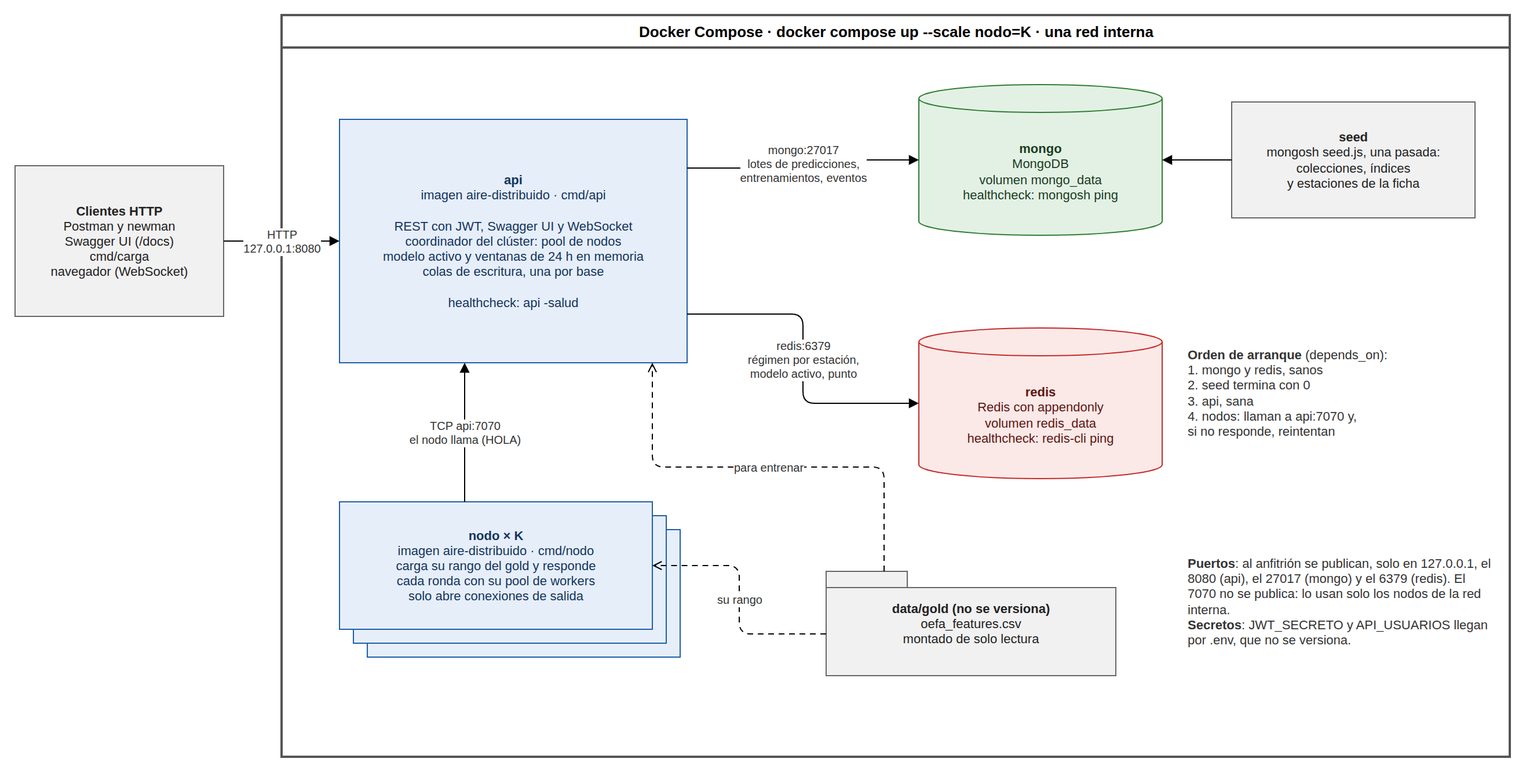
This is docs/diagramas/despliegue.png from R0SEWT/aire-distribuido, a draw.io export, as it was before one commit. Source tidied: cells renumbered, new cells last; positions are measured from the earlier drawing's top-left corner, leaving out a move shared by most shapes.
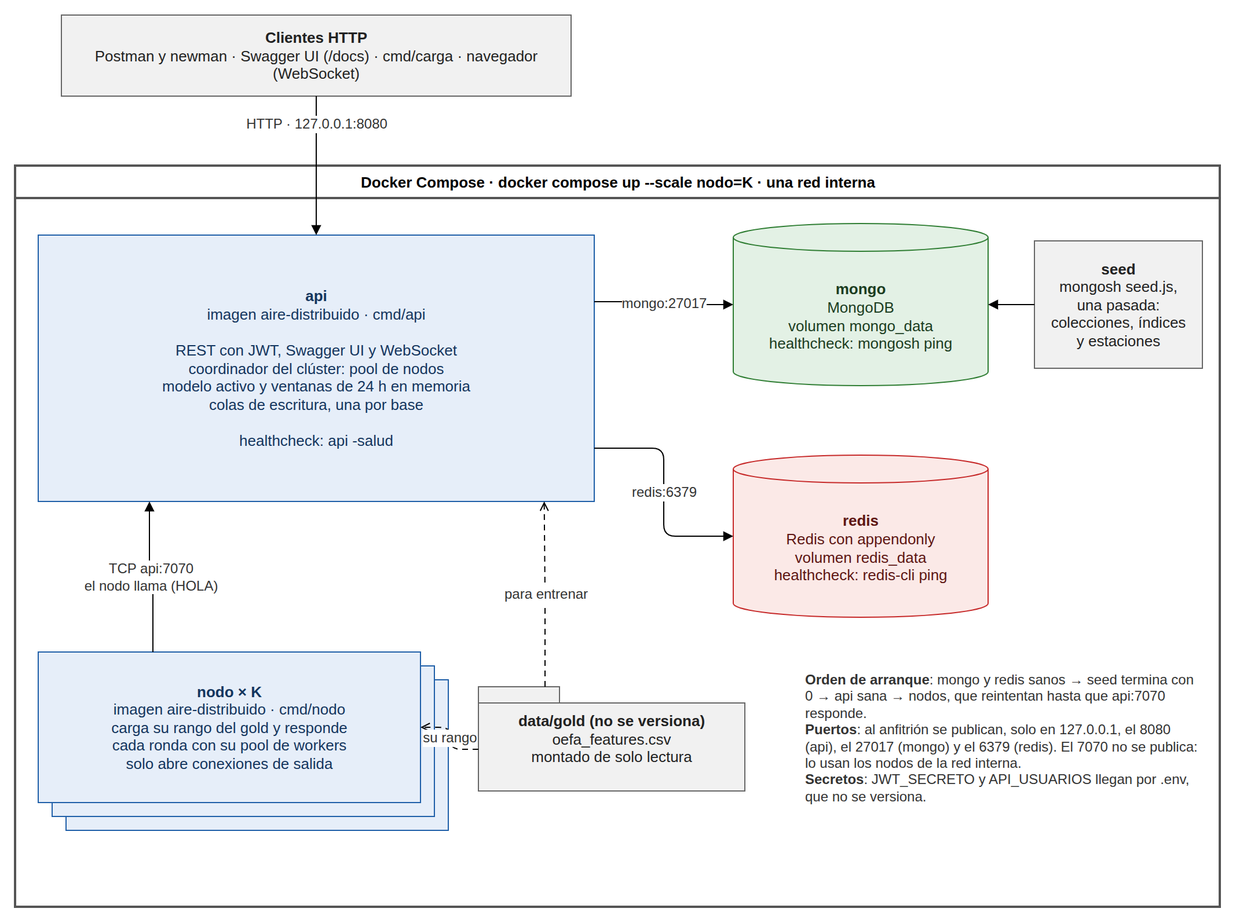
The same diagram one commit later.

Change to the diagram source:
```diff
@@ -3,61 +3,58 @@
     <mxCell id="0" />
     <mxCell id="1" parent="0" />
     <mxCell id="2" value="Docker Compose · docker compose up --scale nodo=K · una red interna" style="swimlane;html=1;startSize=28;fontStyle=1;fontSize=13;fillColor=#ffffff;strokeColor=#555555;strokeWidth=2;swimlaneFillColor=#ffffff;" parent="1" vertex="1">
-      <mxGeometry x="230" width="1060" height="640" as="geometry" />
+      <mxGeometry y="130" width="1040" height="640" as="geometry" />
     </mxCell>
-    <mxCell id="3" value="&lt;b&gt;Clientes HTTP&lt;/b&gt;&lt;br&gt;Postman y newman&lt;br&gt;Swagger UI (/docs)&lt;br&gt;cmd/carga&lt;br&gt;navegador (WebSocket)" style="rounded=0;whiteSpace=wrap;html=1;fillColor=#f1f1f1;strokeColor=#666666;fontColor=#222222;fontSize=11;" parent="1" vertex="1">
-      <mxGeometry y="130" width="180" height="130" as="geometry" />
+    <mxCell id="3" value="&lt;b&gt;Clientes HTTP&lt;/b&gt;&lt;br&gt;Postman y newman · Swagger UI (/docs) · cmd/carga · navegador (WebSocket)" style="rounded=0;whiteSpace=wrap;html=1;fillColor=#f1f1f1;strokeColor=#666666;fontColor=#222222;fontSize=13;" parent="1" vertex="1">
+      <mxGeometry x="40" width="440" height="70" as="geometry" />
     </mxCell>
-    <mxCell id="4" value="&lt;b&gt;api&lt;/b&gt;&lt;br&gt;imagen aire-distribuido · cmd/api&lt;br&gt;&lt;br&gt;REST con JWT, Swagger UI y WebSocket&lt;br&gt;coordinador del clúster: pool de nodos&lt;br&gt;modelo activo y ventanas de 24 h en memoria&lt;br&gt;colas de escritura, una por base&lt;br&gt;&lt;br&gt;healthcheck: api -salud" style="rounded=0;whiteSpace=wrap;html=1;fillColor=#e6eef9;strokeColor=#1f5fa8;fontColor=#13355e;fontSize=11;" parent="1" vertex="1">
-      <mxGeometry x="280" y="90" width="300" height="210" as="geometry" />
+    <mxCell id="4" value="&lt;b&gt;api&lt;/b&gt;&lt;br&gt;imagen aire-distribuido · cmd/api&lt;br&gt;&lt;br&gt;REST con JWT, Swagger UI y WebSocket&lt;br&gt;coordinador del clúster: pool de nodos&lt;br&gt;modelo activo y ventanas de 24 h en memoria&lt;br&gt;colas de escritura, una por base&lt;br&gt;&lt;br&gt;healthcheck: api -salud" style="rounded=0;whiteSpace=wrap;html=1;fillColor=#e6eef9;strokeColor=#1f5fa8;fontColor=#13355e;fontSize=13;" parent="1" vertex="1">
+      <mxGeometry x="20" y="190" width="480" height="230" as="geometry" />
     </mxCell>
-    <mxCell id="5" value="&lt;b&gt;&lt;/b&gt;&lt;br&gt;" style="rounded=0;whiteSpace=wrap;html=1;fillColor=#e6eef9;strokeColor=#1f5fa8;fontColor=#13355e;fontSize=11;" parent="1" vertex="1">
-      <mxGeometry x="304" y="444" width="270" height="110" as="geometry" />
+    <mxCell id="5" style="rounded=0;whiteSpace=wrap;html=1;fillColor=#e6eef9;strokeColor=#1f5fa8;fontColor=#13355e;fontSize=13;" parent="1" vertex="1">
+      <mxGeometry x="44" y="574" width="330" height="130" as="geometry" />
     </mxCell>
-    <mxCell id="6" value="&lt;b&gt;&lt;/b&gt;&lt;br&gt;" style="rounded=0;whiteSpace=wrap;html=1;fillColor=#e6eef9;strokeColor=#1f5fa8;fontColor=#13355e;fontSize=11;" parent="1" vertex="1">
-      <mxGeometry x="292" y="432" width="270" height="110" as="geometry" />
+    <mxCell id="6" style="rounded=0;whiteSpace=wrap;html=1;fillColor=#e6eef9;strokeColor=#1f5fa8;fontColor=#13355e;fontSize=13;" parent="1" vertex="1">
+      <mxGeometry x="32" y="562" width="330" height="130" as="geometry" />
     </mxCell>
-    <mxCell id="7" value="&lt;b&gt;nodo × K&lt;/b&gt;&lt;br&gt;imagen aire-distribuido · cmd/nodo&lt;br&gt;carga su rango del gold y responde&lt;br&gt;cada ronda con su pool de workers&lt;br&gt;solo abre conexiones de salida" style="rounded=0;whiteSpace=wrap;html=1;fillColor=#e6eef9;strokeColor=#1f5fa8;fontColor=#13355e;fontSize=11;" parent="1" vertex="1">
-      <mxGeometry x="280" y="420" width="270" height="110" as="geometry" />
+    <mxCell id="7" value="&lt;b&gt;nodo × K&lt;/b&gt;&lt;br&gt;imagen aire-distribuido · cmd/nodo&lt;br&gt;carga su rango del gold y responde&lt;br&gt;cada ronda con su pool de workers&lt;br&gt;solo abre conexiones de salida" style="rounded=0;whiteSpace=wrap;html=1;fillColor=#e6eef9;strokeColor=#1f5fa8;fontColor=#13355e;fontSize=13;" parent="1" vertex="1">
+      <mxGeometry x="20" y="550" width="330" height="130" as="geometry" />
     </mxCell>
-    <mxCell id="8" value="&lt;b&gt;mongo&lt;/b&gt;&lt;br&gt;MongoDB&lt;br&gt;volumen mongo_data&lt;br&gt;healthcheck: mongosh ping" style="shape=cylinder3;boundedLbl=1;backgroundOutline=1;size=12;whiteSpace=wrap;html=1;fillColor=#e3f1e5;strokeColor=#2e7d32;fontColor=#1b3d1f;fontSize=11;" parent="1" vertex="1">
-      <mxGeometry x="780" y="60" width="210" height="130" as="geometry" />
+    <mxCell id="8" value="&lt;b&gt;mongo&lt;/b&gt;&lt;br&gt;MongoDB&lt;br&gt;volumen mongo_data&lt;br&gt;healthcheck: mongosh ping" style="shape=cylinder3;boundedLbl=1;backgroundOutline=1;size=12;whiteSpace=wrap;html=1;fillColor=#e3f1e5;strokeColor=#2e7d32;fontColor=#1b3d1f;fontSize=13;" parent="1" vertex="1">
+      <mxGeometry x="620" y="180" width="220" height="140" as="geometry" />
     </mxCell>
-    <mxCell id="9" value="&lt;b&gt;seed&lt;/b&gt;&lt;br&gt;mongosh seed.js, una pasada:&lt;br&gt;colecciones, índices&lt;br&gt;y estaciones de la ficha" style="rounded=0;whiteSpace=wrap;html=1;fillColor=#f1f1f1;strokeColor=#666666;fontColor=#222222;fontSize=11;" parent="1" vertex="1">
-      <mxGeometry x="1050" y="75" width="210" height="100" as="geometry" />
+    <mxCell id="9" value="&lt;b&gt;seed&lt;/b&gt;&lt;br&gt;mongosh seed.js,&lt;br&gt;una pasada:&lt;br&gt;colecciones, índices&lt;br&gt;y estaciones" style="rounded=0;whiteSpace=wrap;html=1;fillColor=#f1f1f1;strokeColor=#666666;fontColor=#222222;fontSize=13;" parent="1" vertex="1">
+      <mxGeometry x="880" y="195" width="145" height="110" as="geometry" />
     </mxCell>
-    <mxCell id="10" value="&lt;b&gt;redis&lt;/b&gt;&lt;br&gt;Redis con appendonly&lt;br&gt;volumen redis_data&lt;br&gt;healthcheck: redis-cli ping" style="shape=cylinder3;boundedLbl=1;backgroundOutline=1;size=12;whiteSpace=wrap;html=1;fillColor=#fbe9e7;strokeColor=#c62828;fontColor=#5e1512;fontSize=11;" parent="1" vertex="1">
-      <mxGeometry x="780" y="270" width="210" height="130" as="geometry" />
+    <mxCell id="10" value="&lt;b&gt;redis&lt;/b&gt;&lt;br&gt;Redis con appendonly&lt;br&gt;volumen redis_data&lt;br&gt;healthcheck: redis-cli ping" style="shape=cylinder3;boundedLbl=1;backgroundOutline=1;size=12;whiteSpace=wrap;html=1;fillColor=#fbe9e7;strokeColor=#c62828;fontColor=#5e1512;fontSize=13;" parent="1" vertex="1">
+      <mxGeometry x="620" y="380" width="220" height="140" as="geometry" />
     </mxCell>
-    <mxCell id="11" value="&lt;b&gt;data/gold (no se versiona)&lt;/b&gt;&lt;br&gt;oefa_features.csv&lt;br&gt;montado de solo lectura" style="shape=folder;tabWidth=70;tabHeight=14;tabPosition=left;whiteSpace=wrap;html=1;fillColor=#f1f1f1;strokeColor=#666666;fontColor=#222222;fontSize=11;" parent="1" vertex="1">
-      <mxGeometry x="700" y="480" width="250" height="90" as="geometry" />
+    <mxCell id="11" value="&lt;b&gt;data/gold (no se versiona)&lt;/b&gt;&lt;br&gt;oefa_features.csv&lt;br&gt;montado de solo lectura" style="shape=folder;tabWidth=70;tabHeight=14;tabPosition=left;whiteSpace=wrap;html=1;fillColor=#f1f1f1;strokeColor=#666666;fontColor=#222222;fontSize=13;" parent="1" vertex="1">
+      <mxGeometry x="400" y="580" width="230" height="90" as="geometry" />
     </mxCell>
-    <mxCell id="12" value="HTTP&lt;br&gt;127.0.0.1:8080" style="edgeStyle=orthogonalEdgeStyle;rounded=1;html=1;endArrow=block;fontSize=10;fontColor=#333333;labelBackgroundColor=#ffffff;exitX=1;exitY=0.5;entryX=0;entryY=0.5;" parent="1" edge="1" source="3" target="4">
-      <mxGeometry relative="1" as="geometry" />
+    <mxCell id="12" value="HTTP · 127.0.0.1:8080" style="edgeStyle=orthogonalEdgeStyle;rounded=1;html=1;endArrow=block;fontSize=12;fontColor=#333333;labelBackgroundColor=#ffffff;exitX=0.5;exitY=1;entryX=0.5;entryY=0;" parent="1" edge="1" source="3" target="4">
+      <mxGeometry x="-0.6" relative="1" as="geometry" />
     </mxCell>
-    <mxCell id="13" value="TCP api:7070&lt;br&gt;el nodo llama (HOLA)" style="edgeStyle=orthogonalEdgeStyle;rounded=1;html=1;endArrow=block;fontSize=10;fontColor=#333333;labelBackgroundColor=#ffffff;exitX=0.4;exitY=0;entryX=0.36;entryY=1;" parent="1" edge="1" source="7" target="4">
+    <mxCell id="13" value="TCP api:7070&lt;br&gt;el nodo llama (HOLA)" style="edgeStyle=orthogonalEdgeStyle;rounded=1;html=1;endArrow=block;fontSize=12;fontColor=#333333;labelBackgroundColor=#ffffff;exitX=0.3;exitY=0;entryX=0.2;entryY=1;" parent="1" edge="1" source="7" target="4">
       <mxGeometry relative="1" as="geometry" />
     </mxCell>
-    <mxCell id="14" value="mongo:27017&lt;br&gt;lotes de predicciones,&lt;br&gt;entrenamientos, eventos" style="edgeStyle=orthogonalEdgeStyle;rounded=1;html=1;endArrow=block;fontSize=10;fontColor=#333333;labelBackgroundColor=#ffffff;exitX=1;exitY=0.2;entryX=0;entryY=0.5;" parent="1" edge="1" source="4" target="8">
+    <mxCell id="14" value="mongo:27017" style="edgeStyle=orthogonalEdgeStyle;rounded=1;html=1;endArrow=block;fontSize=12;fontColor=#333333;labelBackgroundColor=#ffffff;exitX=1;exitY=0.25;entryX=0;entryY=0.5;" parent="1" edge="1" source="4" target="8">
       <mxGeometry relative="1" as="geometry" />
     </mxCell>
-    <mxCell id="15" value="redis:6379&lt;br&gt;régimen por estación,&lt;br&gt;modelo activo, punto" style="edgeStyle=orthogonalEdgeStyle;rounded=1;html=1;endArrow=block;fontSize=10;fontColor=#333333;labelBackgroundColor=#ffffff;exitX=1;exitY=0.8;entryX=0;entryY=0.5;" parent="1" edge="1" source="4" target="10">
+    <mxCell id="15" value="redis:6379" style="edgeStyle=orthogonalEdgeStyle;rounded=1;html=1;endArrow=block;fontSize=12;fontColor=#333333;labelBackgroundColor=#ffffff;exitX=1;exitY=0.8;entryX=0;entryY=0.5;" parent="1" edge="1" source="4" target="10">
       <mxGeometry relative="1" as="geometry" />
     </mxCell>
-    <mxCell id="16" style="edgeStyle=orthogonalEdgeStyle;rounded=1;html=1;endArrow=block;fontSize=10;fontColor=#333333;labelBackgroundColor=#ffffff;exitX=0;exitY=0.5;entryX=1;entryY=0.5;" parent="1" edge="1" source="9" target="8">
+    <mxCell id="16" style="edgeStyle=orthogonalEdgeStyle;rounded=1;html=1;endArrow=block;fontSize=12;fontColor=#333333;labelBackgroundColor=#ffffff;exitX=0;exitY=0.5;entryX=1;entryY=0.5;" parent="1" edge="1" source="9" target="8">
       <mxGeometry relative="1" as="geometry" />
     </mxCell>
-    <mxCell id="17" value="para entrenar" style="edgeStyle=orthogonalEdgeStyle;rounded=1;html=1;endArrow=block;fontSize=10;fontColor=#333333;labelBackgroundColor=#ffffff;dashed=1;dashPattern=5 4;endArrow=open;exitX=0.2;exitY=0;entryX=0.9;entryY=1;" parent="1" edge="1" source="11" target="4">
+    <mxCell id="17" value="para entrenar" style="edgeStyle=orthogonalEdgeStyle;rounded=1;html=1;endArrow=block;fontSize=12;fontColor=#333333;labelBackgroundColor=#ffffff;dashed=1;dashPattern=5 4;endArrow=open;exitX=0.25;exitY=0;entryX=0.91;entryY=1;" parent="1" edge="1" source="11" target="4">
       <mxGeometry relative="1" as="geometry" />
     </mxCell>
-    <mxCell id="18" value="su rango" style="edgeStyle=orthogonalEdgeStyle;rounded=1;html=1;endArrow=block;fontSize=10;fontColor=#333333;labelBackgroundColor=#ffffff;dashed=1;dashPattern=5 4;endArrow=open;exitX=0;exitY=0.6;entryX=1;entryY=0.5;" parent="1" edge="1" source="11" target="7">
+    <mxCell id="18" value="su rango" style="edgeStyle=orthogonalEdgeStyle;rounded=1;html=1;endArrow=block;fontSize=12;fontColor=#333333;labelBackgroundColor=#ffffff;dashed=1;dashPattern=5 4;endArrow=open;exitX=0;exitY=0.6;entryX=1;entryY=0.5;" parent="1" edge="1" source="11" target="7">
       <mxGeometry relative="1" as="geometry" />
     </mxCell>
-    <mxCell id="19" value="&lt;b&gt;Orden de arranque&lt;/b&gt; (depends_on):&lt;br&gt;1. mongo y redis, sanos&lt;br&gt;2. seed termina con 0&lt;br&gt;3. api, sana&lt;br&gt;4. nodos: llaman a api:7070 y,&lt;br&gt;si no responde, reintentan" style="text;html=1;align=left;verticalAlign=top;whiteSpace=wrap;fontSize=11;fontColor=#333333;" parent="1" vertex="1">
-      <mxGeometry x="1010" y="280" width="260" height="140" as="geometry" />
+    <mxCell id="19" value="&lt;b&gt;Orden de arranque&lt;/b&gt;: mongo y redis sanos → seed termina con 0 → api sana → nodos, que reintentan hasta que api:7070 responde.&lt;br&gt;&lt;b&gt;Puertos&lt;/b&gt;: al anfitrión se publican, solo en 127.0.0.1, el 8080 (api), el 27017 (mongo) y el 6379 (redis). El 7070 no se publica: lo usan los nodos de la red interna.&lt;br&gt;&lt;b&gt;Secretos&lt;/b&gt;: JWT_SECRETO y API_USUARIOS llegan por .env, que no se versiona." style="text;html=1;align=left;verticalAlign=top;whiteSpace=wrap;fontSize=12;fontColor=#333333;" parent="1" vertex="1">
+      <mxGeometry x="680" y="560" width="345" height="200" as="geometry" />
     </mxCell>
-    <mxCell id="20" value="&lt;b&gt;Puertos&lt;/b&gt;: al anfitrión se publican, solo en 127.0.0.1, el 8080 (api), el 27017 (mongo) y el 6379 (redis). El 7070 no se publica: lo usan solo los nodos de la red interna.&lt;br&gt;&lt;b&gt;Secretos&lt;/b&gt;: JWT_SECRETO y API_USUARIOS llegan por .env, que no se versiona." style="text;html=1;align=left;verticalAlign=top;whiteSpace=wrap;fontSize=11;fontColor=#333333;" parent="1" vertex="1">
-      <mxGeometry x="1010" y="460" width="265" height="150" as="geometry" />
-    </mxCell>
   </root>
 </mxGraphModel>
```
